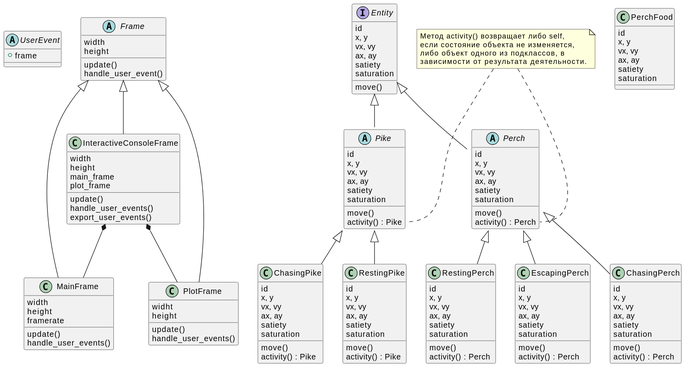
ratyaa/cecosystem keeps this PlantUML diagram as uml/classes.svg. Above is the earlier version. Source of this version:
```plantuml
@startuml

skinparam backgroundColor #FFFFFF
abstract UserEvent {
	+frame

}
abstract Frame {
	width
	height
	update()
	handle_user_event()
}
class MainFrame {
	width
	height
	framerate

	update()
	handle_user_events()
}
class PlotFrame {
	widht
	height

	update()
	handle_user_events()
}
class InteractiveConsoleFrame {
	width
	height
	main_frame
	plot_frame

	update()
	handle_user_events()
	export_user_events()
}

Frame <|-- InteractiveConsoleFrame
Frame <|-- MainFrame
Frame <|-- PlotFrame

InteractiveConsoleFrame *-- MainFrame
InteractiveConsoleFrame *-- PlotFrame

interface Entity {
	id
	x, y
	vx, vy
	ax, ay
	satiety
	saturation
	move()
}
abstract Pike {
	id
	x, y
	vx, vy
	ax, ay
	satiety
	saturation
	move()
	activity() : Pike
}
abstract Perch {
	id
	x, y
	vx, vy
	ax, ay
	satiety
	saturation
	move()
	activity() : Perch
}
class RestingPike {
	id
	x, y
	vx, vy
	ax, ay
	satiety
	saturation
	move()
	activity() : Pike
}
class RestingPerch {
	id
	x, y
	vx, vy
	ax, ay
	satiety
	saturation
	move()
	activity() : Perch
}
class ChasingPike {
	id
	x, y
	vx, vy
	ax, ay
	satiety
	saturation
	move()
	activity() : Pike
}
class EscapingPerch {
	id
	x, y
	vx, vy
	ax, ay
	satiety
	saturation
	move()
	activity() : Perch
}
class ChasingPerch {
	id
	x, y
	vx, vy
	ax, ay
	satiety
	saturation
	move()
	activity() : Perch
}
class PerchFood {
	id
	x, y
	vx, vy
	ax, ay
	satiety
	saturation
}

Entity <|-- Pike
Entity <|-- Perch
Pike <|-- RestingPike
Perch <|-- RestingPerch
Pike <|-- ChasingPike
Perch <|-- EscapingPerch
Perch <|-- ChasingPerch

note as N_activity
Метод activity() возвращает либо self,
если состояние объекта не изменяется,
либо объект одного из подклассов, в
зависимости от результата деятельности.
end note

N_activity .. Pike::activity
N_activity .. Perch::activity
@enduml
```
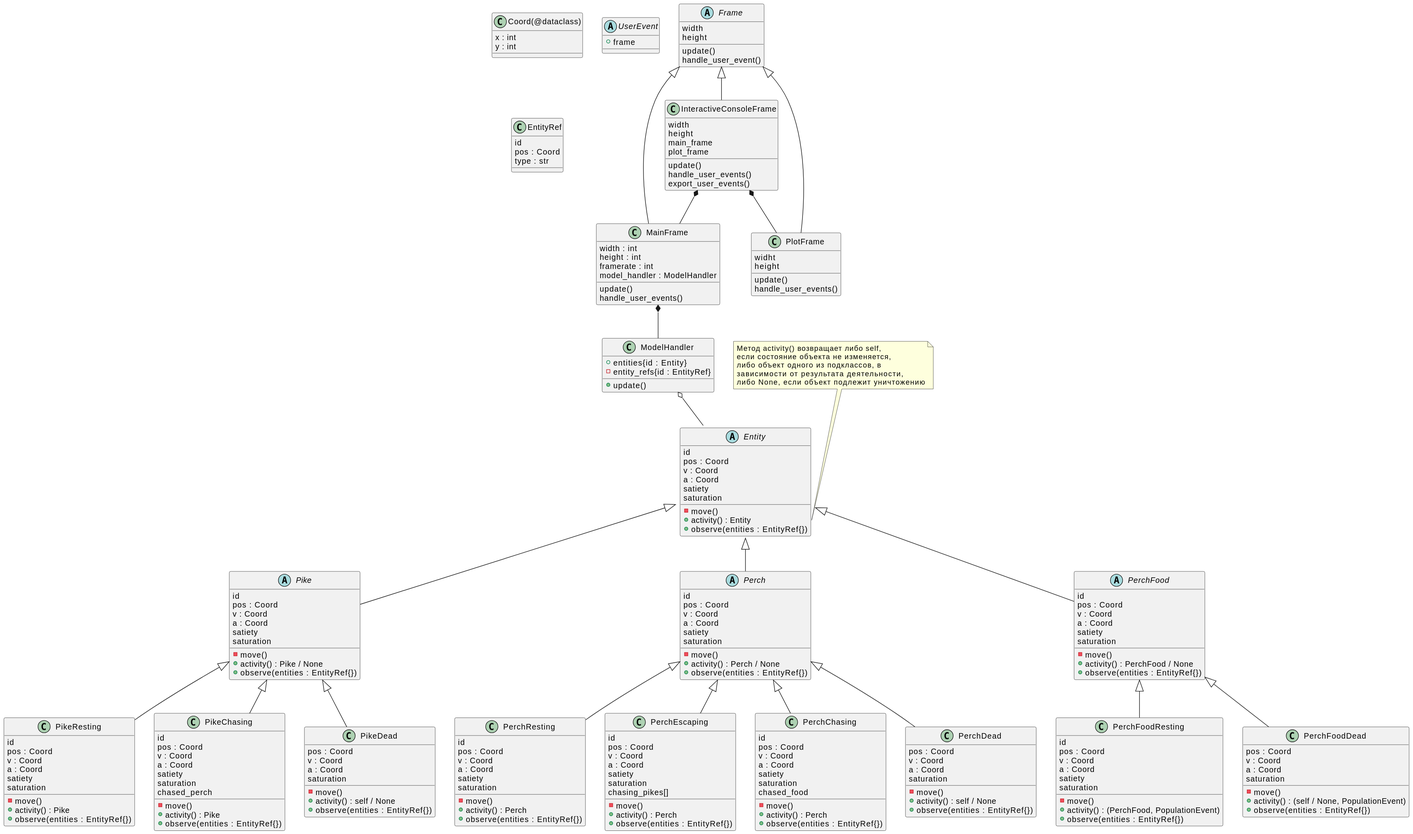
The same diagram one commit later.

Change to the diagram source:
```diff
@@ -1,6 +1,8 @@
 @startuml
-
-skinparam backgroundColor #FFFFFF
+class Coord(@dataclass) {
+	x : int
+	y : int
+}
 abstract UserEvent {
 	+frame
 
@@ -12,9 +14,10 @@
 	handle_user_event()
 }
 class MainFrame {
-	width
-	height
-	framerate
+	width : int
+	height : int
+	framerate : int
+	model_handler : ModelHandler
 
 	update()
 	handle_user_events()
@@ -44,109 +47,178 @@
 InteractiveConsoleFrame *-- MainFrame
 InteractiveConsoleFrame *-- PlotFrame
 
-interface Entity {
+abstract Entity {
 	id
-	x, y
-	vx, vy
-	ax, ay
+	pos : Coord
+	v : Coord
+	a : Coord
 	satiety
 	saturation
-	move()
+	-move()
+	+activity() : Entity
+	+observe(entities : EntityRef{})
 }
 abstract Pike {
 	id
-	x, y
-	vx, vy
-	ax, ay
+	pos : Coord
+	v : Coord
+	a : Coord
 	satiety
 	saturation
-	move()
-	activity() : Pike
+	-move()
+	+activity() : Pike / None
+	+observe(entities : EntityRef{})
 }
 abstract Perch {
 	id
-	x, y
-	vx, vy
-	ax, ay
+	pos : Coord
+	v : Coord
+	a : Coord
 	satiety
 	saturation
-	move()
-	activity() : Perch
+	-move()
+	+activity() : Perch / None
+	+observe(entities : EntityRef{})
 }
-class RestingPike {
+class PikeResting {
 	id
-	x, y
-	vx, vy
-	ax, ay
+	pos : Coord
+	v : Coord
+	a : Coord
 	satiety
 	saturation
-	move()
-	activity() : Pike
+	-move()
+	+activity() : Pike
+	+observe(entities : EntityRef{})
 }
-class RestingPerch {
+class PerchResting {
 	id
-	x, y
-	vx, vy
-	ax, ay
+	pos : Coord
+	v : Coord
+	a : Coord
 	satiety
 	saturation
-	move()
-	activity() : Perch
+	-move()
+	+activity() : Perch
+	+observe(entities : EntityRef{})
 }
-class ChasingPike {
+class PikeChasing {
 	id
-	x, y
-	vx, vy
-	ax, ay
+	pos : Coord
+	v : Coord
+	a : Coord
 	satiety
 	saturation
-	move()
-	activity() : Pike
+	chased_perch
+	-move()
+	+activity() : Pike
+	+observe(entities : EntityRef{})
 }
-class EscapingPerch {
+class PerchEscaping {
 	id
-	x, y
-	vx, vy
-	ax, ay
+	pos : Coord
+	v : Coord
+	a : Coord
 	satiety
 	saturation
-	move()
-	activity() : Perch
+	chasing_pikes[]
+	-move()
+	+activity() : Perch
+	+observe(entities : EntityRef{})
 }
-class ChasingPerch {
+class PerchChasing {
 	id
-	x, y
-	vx, vy
-	ax, ay
+	pos : Coord
+	v : Coord
+	a : Coord
 	satiety
 	saturation
-	move()
-	activity() : Perch
+	chased_food
+	-move()
+	+activity() : Perch
+	+observe(entities : EntityRef{})
 }
-class PerchFood {
+class PikeDead {
+	pos : Coord
+	v : Coord
+	a : Coord
+	saturation
+	-move()
+	+activity() : self / None
+	+observe(entities : EntityRef{})
+}
+class PerchDead {
+	pos : Coord
+	v : Coord
+	a : Coord
+	saturation
+	-move()
+	+activity() : self / None
+	+observe(entities : EntityRef{})
+}
+abstract PerchFood {
 	id
-	x, y
-	vx, vy
-	ax, ay
+	pos : Coord
+	v : Coord
+	a : Coord
 	satiety
 	saturation
+	-move()
+	+activity() : PerchFood / None
+	+observe(entities : EntityRef{})
 }
-
+class PerchFoodResting {
+	id
+	pos : Coord
+	v : Coord
+	a : Coord
+	satiety
+	saturation
+	-move()
+	+activity() : (PerchFood, PopulationEvent)
+	+observe(entities : EntityRef{})
+}
+class PerchFoodDead {
+	pos : Coord
+	v : Coord
+	a : Coord
+	saturation
+	-move()
+	+activity() : (self / None, PopulationEvent)
+	+observe(entities : EntityRef{})
+}
+class EntityRef {
+	id
+	pos : Coord
+	type : str
+}
+class ModelHandler {
+	+entities{id : Entity}
+	-entity_refs{id : EntityRef}
+	+update()
+}
+ModelHandler o-- Entity
+MainFrame *-- ModelHandler
 Entity <|-- Pike
 Entity <|-- Perch
-Pike <|-- RestingPike
-Perch <|-- RestingPerch
-Pike <|-- ChasingPike
-Perch <|-- EscapingPerch
-Perch <|-- ChasingPerch
+Pike <|-- PikeResting
+Perch <|-- PerchResting
+Pike <|-- PikeChasing
+Perch <|-- PerchEscaping
+Perch <|-- PerchChasing
+Pike <|-- PikeDead
+Perch <|-- PerchDead
+Entity <|-- PerchFood
+PerchFood <|-- PerchFoodResting
+PerchFood <|-- PerchFoodDead
 
 note as N_activity
 Метод activity() возвращает либо self,
 если состояние объекта не изменяется,
 либо объект одного из подклассов, в
-зависимости от результата деятельности.
+зависимости от результата деятельности,
+либо None, если объект подлежит уничтожению
 end note
 
-N_activity .. Pike::activity
-N_activity .. Perch::activity
+N_activity .. Entity::activity
 @enduml
```
